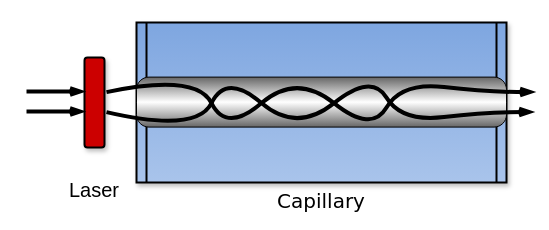
Earlier version of the draw.io diagram page "chen 4.31" (7 of 7) of figures/figures.drawio (ehudbehar/thesis). Source tidied: cells renumbered, new cells numbered last; positions are measured from the earlier drawing's top-left corner, leaving out a move shared by most shapes. Both pictures are drawn from the tidied source at 100%, with x=0, y=0 at pixel (26, 22).
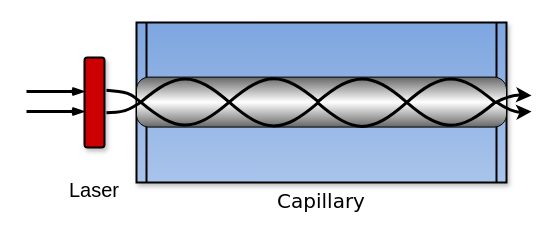
Above is the later version.

Unchanged cells that the change refers to:
```xml
<mxCell id="7" value="Laser" style="rounded=1;whiteSpace=wrap;html=1;shadow=1;glass=0;strokeWidth=2;fontSize=20;labelPosition=center;verticalLabelPosition=bottom;align=center;verticalAlign=top;spacingBottom=0;spacingTop=24;fillColor=#CC0000;" parent="1" vertex="1">
  <mxGeometry x="58" y="35" width="20" height="90" as="geometry" />
</mxCell>
```

Diff of the diagram source:
```diff
@@
-    <mxCell id="5" style="curved=1;endArrow=openThin;html=1;strokeWidth=4;startArrow=none;startFill=0;endFill=0;" parent="1" edge="1">
-      <mxGeometry relative="1" as="geometry">
-        <mxPoint x="80" y="69.6" as="sourcePoint" />
-        <mxPoint x="508" y="69.6" as="targetPoint" />
-        <Array as="points">
-          <mxPoint x="170" y="50.6" />
-          <mxPoint x="200" y="110.6" />
-          <mxPoint x="270" y="50.6" />
-          <mxPoint x="345" y="110.6" />
-          <mxPoint x="375" y="59.6" />
-          <mxPoint x="460" y="69.6" />
-        </Array>
-      </mxGeometry>
-    </mxCell>
-    <mxCell id="6" style="curved=1;endArrow=openThin;html=1;strokeWidth=4;startArrow=none;startFill=0;endFill=0;" parent="1" edge="1">
-      <mxGeometry relative="1" as="geometry">
-        <mxPoint x="80" y="89.6" as="sourcePoint" />
-        <mxPoint x="507" y="89.6" as="targetPoint" />
-        <Array as="points">
-          <mxPoint x="170" y="110.6" />
-          <mxPoint x="200" y="50.6" />
-          <mxPoint x="270" y="110.6" />
-          <mxPoint x="345" y="50.6" />
-          <mxPoint x="375" y="99.6" />
-          <mxPoint x="460" y="89.6" />
-        </Array>
-      </mxGeometry>
-    </mxCell>
@@
-    <mxCell id="8" style="endArrow=openThin;html=1;shadow=0;strokeWidth=4;fontSize=20;endFill=0;" parent="1" edge="1">
-      <mxGeometry relative="1" as="geometry">
-        <mxPoint y="69" as="sourcePoint" />
-        <mxPoint x="58" y="69" as="targetPoint" />
-      </mxGeometry>
-    </mxCell>
-    <mxCell id="9" style="endArrow=openThin;html=1;shadow=0;strokeWidth=4;fontSize=20;endFill=0;" parent="1" edge="1">
-      <mxGeometry relative="1" as="geometry">
-        <mxPoint y="89" as="sourcePoint" />
-        <mxPoint x="58" y="89" as="targetPoint" />
-      </mxGeometry>
-    </mxCell>
+    <mxCell id="10" style="endArrow=openThin;html=1;shadow=0;strokeWidth=3;fontSize=20;endFill=0;" parent="1" edge="1">
+      <mxGeometry relative="1" as="geometry">
+        <mxPoint y="69" as="sourcePoint" />
+        <mxPoint x="58" y="69" as="targetPoint" />
+      </mxGeometry>
+    </mxCell>
+    <mxCell id="11" style="endArrow=openThin;html=1;shadow=0;strokeWidth=3;fontSize=20;endFill=0;" parent="1" edge="1">
+      <mxGeometry relative="1" as="geometry">
+        <mxPoint y="89" as="sourcePoint" />
+        <mxPoint x="58" y="89" as="targetPoint" />
+      </mxGeometry>
+    </mxCell>
+    <mxCell id="12" style="group;strokeWidth=4;" parent="1" vertex="1">
+      <mxGeometry x="116" y="46.6" width="354" height="66.8" as="geometry" />
+    </mxCell>
+    <mxCell id="13" style="verticalLabelPosition=bottom;shadow=0;dashed=0;align=center;html=1;verticalAlign=top;shape=mxgraph.electrical.waveforms.sine_wave;flipH=1;strokeWidth=3;" parent="12" vertex="1">
+      <mxGeometry x="175" y="2" width="178" height="63.3" as="geometry" />
+    </mxCell>
+    <mxCell id="14" style="verticalLabelPosition=bottom;shadow=0;dashed=0;align=center;html=1;verticalAlign=top;shape=mxgraph.electrical.waveforms.sine_wave;flipH=1;strokeWidth=3;" parent="12" vertex="1">
+      <mxGeometry x="-2" y="2" width="178" height="61.8" as="geometry" />
+    </mxCell>
+    <mxCell id="15" style="verticalLabelPosition=bottom;shadow=0;dashed=0;align=center;html=1;verticalAlign=top;shape=mxgraph.electrical.waveforms.sine_wave;flipH=0;strokeWidth=3;" parent="12" vertex="1">
+      <mxGeometry x="175" y="2" width="178" height="62" as="geometry" />
+    </mxCell>
+    <mxCell id="16" style="verticalLabelPosition=bottom;shadow=0;dashed=0;align=center;html=1;verticalAlign=top;shape=mxgraph.electrical.waveforms.sine_wave;flipH=0;strokeWidth=3;" parent="12" vertex="1">
+      <mxGeometry x="-2" y="2" width="178" height="62.8" as="geometry" />
+    </mxCell>
+    <mxCell id="17" style="curved=1;endArrow=classic;html=1;exitX=1.002;exitY=0.501;exitDx=0;exitDy=0;exitPerimeter=0;strokeWidth=3;" parent="1" edge="1">
+      <mxGeometry relative="1" as="geometry">
+        <mxPoint x="469.4" y="79.3" as="sourcePoint" />
+        <mxPoint x="505" y="89" as="targetPoint" />
+        <Array as="points">
+          <mxPoint x="485" y="90" />
+        </Array>
+      </mxGeometry>
+    </mxCell>
+    <mxCell id="18" style="curved=1;endArrow=classic;html=1;exitX=1.002;exitY=0.501;exitDx=0;exitDy=0;exitPerimeter=0;strokeWidth=3;" parent="1" edge="1">
+      <mxGeometry relative="1" as="geometry">
+        <mxPoint x="468.4" y="80.3" as="sourcePoint" />
+        <mxPoint x="505" y="73" as="targetPoint" />
+        <Array as="points">
+          <mxPoint x="484" y="72" />
+        </Array>
+      </mxGeometry>
+    </mxCell>
+    <mxCell id="19" style="endArrow=none;html=1;shadow=0;strokeWidth=3;fontSize=20;endFill=0;exitX=1.097;exitY=0.615;exitDx=0;exitDy=0;exitPerimeter=0;" parent="1" edge="1" source="7">
+      <mxGeometry relative="1" as="geometry">
+        <mxPoint x="114" y="80" as="targetPoint" />
+        <Array as="points">
+          <mxPoint x="99" y="89" />
+        </Array>
+      </mxGeometry>
+    </mxCell>
+    <mxCell id="20" style="endArrow=none;html=1;shadow=0;strokeWidth=3;fontSize=20;endFill=0;exitX=1.097;exitY=0.365;exitDx=0;exitDy=0;exitPerimeter=0;entryX=0.003;entryY=0.497;entryDx=0;entryDy=0;entryPerimeter=0;" parent="1" edge="1" source="7" target="16">
+      <mxGeometry relative="1" as="geometry">
+        <Array as="points">
+          <mxPoint x="102" y="70" />
+        </Array>
+      </mxGeometry>
+    </mxCell>
```
